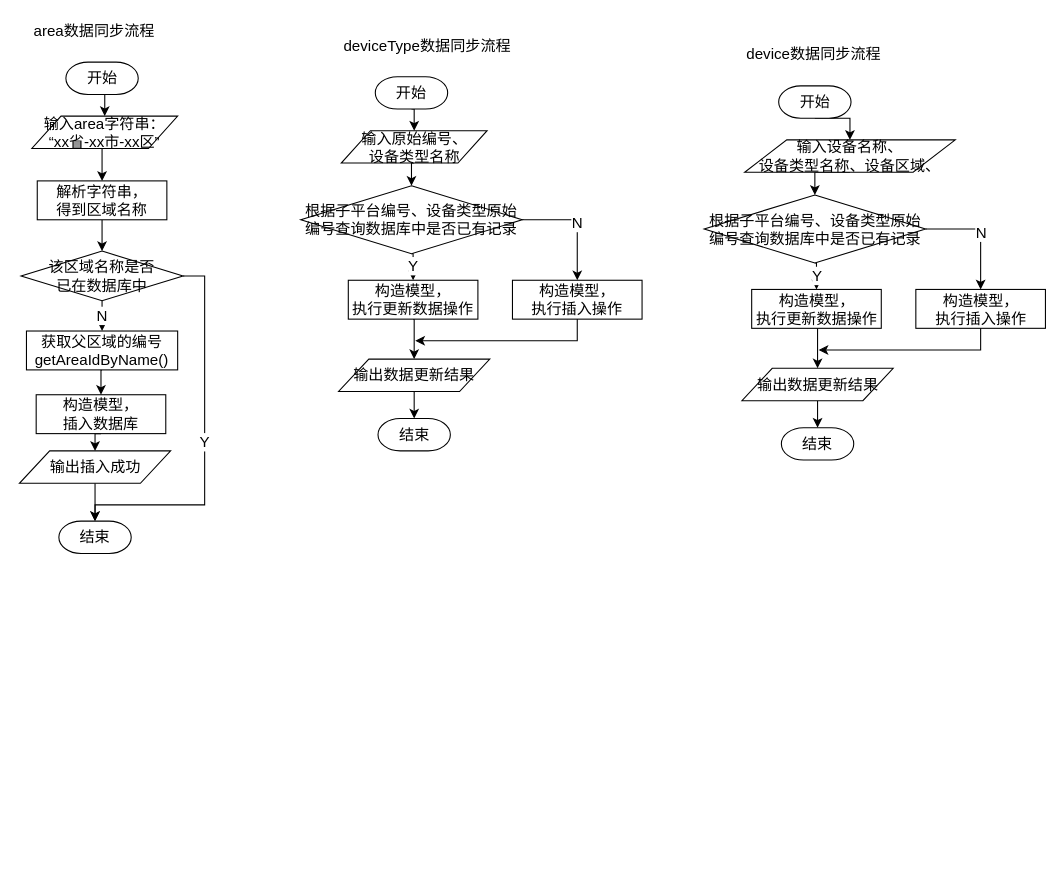
Above: IOTManage/flow-diagram.drawio in waterwatermelon/graph (draw.io), before the change. Source tidied: cells renumbered, new cells numbered last; positions are measured from the earlier drawing's top-left corner, leaving out a move shared by most shapes. Both pictures are drawn from the tidied source at 108%, with x=0, y=0 at pixel (19, 18).
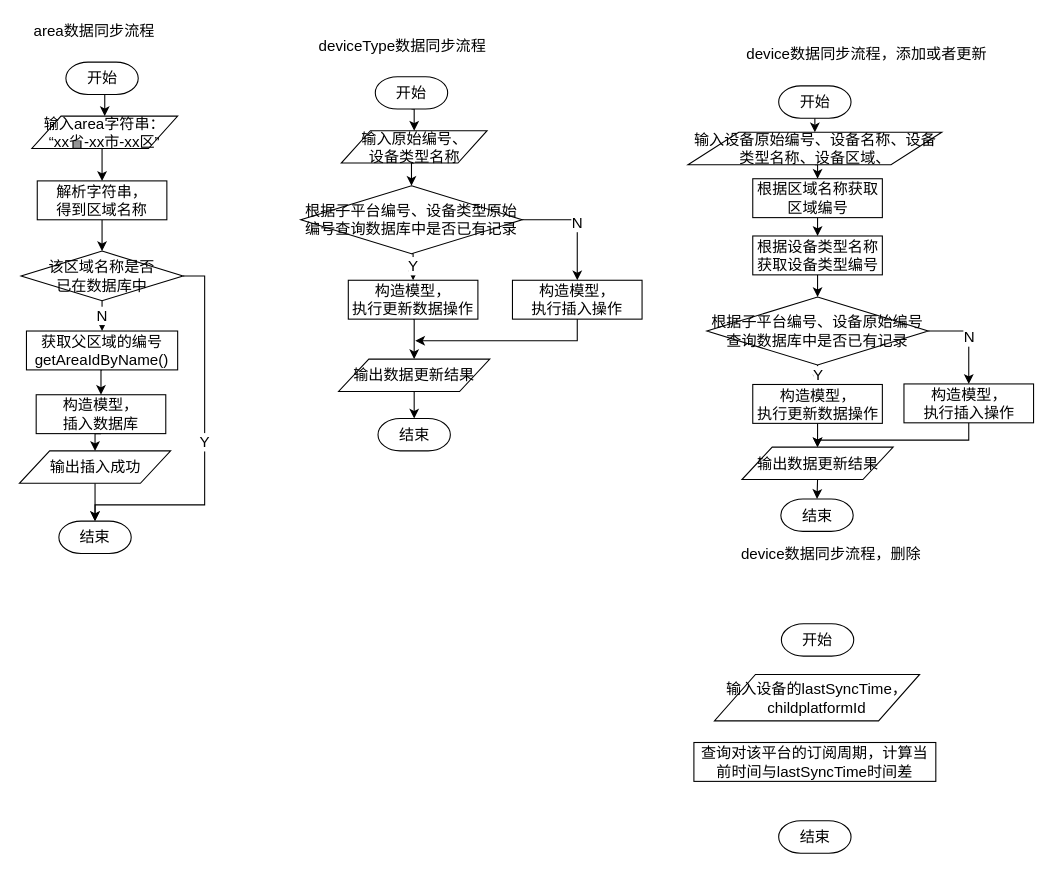
The same page after the edit.

What changed in the source:
```diff
@@
     <mxCell id="27" value="&lt;font style=&quot;font-size: 14px;&quot;&gt;deviceType数据同步流程&lt;/font&gt;" style="text;html=1;align=left;verticalAlign=top;spacingTop=-4;fontSize=14;" parent="1" vertex="1">
-      <mxGeometry x="297.5" y="13.5" width="190" height="20" as="geometry" />
+      <mxGeometry x="275" y="13.5" width="190" height="20" as="geometry" />
     </mxCell>
@@
-    <mxCell id="34" style="edgeStyle=orthogonalEdgeStyle;rounded=0;jettySize=auto;html=1;exitX=0.5;exitY=1;exitDx=0;exitDy=0;entryX=0.5;entryY=0;entryDx=0;entryDy=0;entryPerimeter=0;fontSize=14;" parent="1" edge="1" source="35" target="38">
-      <mxGeometry relative="1" as="geometry" />
-    </mxCell>
+    <mxCell id="49" style="edgeStyle=orthogonalEdgeStyle;rounded=0;jettySize=auto;html=1;exitX=0.5;exitY=1;exitDx=0;exitDy=0;entryX=0.5;entryY=0;entryDx=0;entryDy=0;fontSize=14;" parent="1" edge="1" source="35" target="54">
+      <mxGeometry relative="1" as="geometry" />
+    </mxCell>
-    <mxCell id="35" value="&lt;span style=&quot;font-size: 14px&quot;&gt;输入设备名称、&lt;br style=&quot;font-size: 14px&quot;&gt;设备类型名称、设备区域、&lt;/span&gt;" style="shape=parallelogram;perimeter=parallelogramPerimeter;whiteSpace=wrap;html=1;rounded=1;comic=0;arcSize=0;fontSize=14;" parent="1" vertex="1">
-      <mxGeometry x="671" y="112" width="195" height="30" as="geometry" />
+    <mxCell id="35" value="&lt;span style=&quot;font-size: 14px&quot;&gt;输入设备原始编号、设备名称、设备类型名称、设备区域、&lt;/span&gt;" style="shape=parallelogram;perimeter=parallelogramPerimeter;whiteSpace=wrap;html=1;rounded=1;comic=0;arcSize=0;fontSize=14;" parent="1" vertex="1">
+      <mxGeometry x="618.5" y="105" width="235" height="30" as="geometry" />
     </mxCell>
@@
-    <mxCell id="37" value="N" style="edgeStyle=orthogonalEdgeStyle;rounded=0;jettySize=auto;html=1;exitX=1;exitY=0.5;exitDx=0;exitDy=0;exitPerimeter=0;fontSize=14;" parent="1" edge="1" source="38" target="48">
+    <mxCell id="37" value="N" style="edgeStyle=orthogonalEdgeStyle;rounded=0;jettySize=auto;html=1;exitX=1;exitY=0.5;exitDx=0;exitDy=0;exitPerimeter=0;entryX=0.5;entryY=0;entryDx=0;entryDy=0;fontSize=14;" parent="1" edge="1" source="38" target="48">
       <mxGeometry relative="1" as="geometry" />
     </mxCell>
-    <mxCell id="38" value="根据子平台编号、设备类型原始编号查询数据库中是否已有记录" style="strokeWidth=1;html=1;shape=mxgraph.flowchart.decision;whiteSpace=wrap;rounded=1;comic=0;fontSize=14;spacing=2;" parent="1" vertex="1">
-      <mxGeometry x="633.5" y="163" width="205" height="63" as="geometry" />
+    <mxCell id="38" value="根据子平台编号、设备原始编号查询数据库中是否已有记录" style="strokeWidth=1;html=1;shape=mxgraph.flowchart.decision;whiteSpace=wrap;rounded=1;comic=0;fontSize=14;spacing=2;" parent="1" vertex="1">
+      <mxGeometry x="636" y="257.5" width="205" height="63" as="geometry" />
     </mxCell>
@@
     <mxCell id="41" value="结束" style="strokeWidth=1;html=1;shape=mxgraph.flowchart.terminator;whiteSpace=wrap;rounded=1;comic=0;fontSize=14;" parent="1" vertex="1">
-      <mxGeometry x="705" y="378.5" width="67" height="30" as="geometry" />
+      <mxGeometry x="704.5" y="444.5" width="67" height="30" as="geometry" />
     </mxCell>
-    <mxCell id="42" value="&lt;font style=&quot;font-size: 14px&quot;&gt;device数据同步流程&lt;/font&gt;" style="text;html=1;align=left;verticalAlign=top;spacingTop=-4;fontSize=14;" parent="1" vertex="1">
-      <mxGeometry x="671" y="22" width="140" height="20" as="geometry" />
+    <mxCell id="42" value="&lt;font style=&quot;font-size: 14px&quot;&gt;device数据同步流程，添加或者更新&amp;nbsp;&lt;/font&gt;" style="text;html=1;align=left;verticalAlign=top;spacingTop=-4;fontSize=14;" parent="1" vertex="1">
+      <mxGeometry x="671" y="22" width="240" height="20" as="geometry" />
     </mxCell>
@@
     <mxCell id="44" value="&lt;span style=&quot;font-size: 14px&quot;&gt;构造模型，&lt;br style=&quot;font-size: 14px;&quot;&gt;执行更新数据操作&lt;br style=&quot;font-size: 14px;&quot;&gt;&lt;/span&gt;" style="rounded=0;whiteSpace=wrap;html=1;fontSize=14;" parent="1" vertex="1">
-      <mxGeometry x="677.5" y="250.5" width="120" height="36" as="geometry" />
+      <mxGeometry x="678.5" y="338.5" width="120" height="36" as="geometry" />
     </mxCell>
@@
     <mxCell id="46" value="输出数据更新结果" style="shape=parallelogram;perimeter=parallelogramPerimeter;whiteSpace=wrap;html=1;rounded=1;comic=0;arcSize=0;fontSize=14;" parent="1" vertex="1">
-      <mxGeometry x="668.5" y="323.5" width="140" height="30" as="geometry" />
+      <mxGeometry x="668.5" y="396.5" width="140" height="30" as="geometry" />
     </mxCell>
-    <mxCell id="47" style="edgeStyle=orthogonalEdgeStyle;rounded=0;orthogonalLoop=1;jettySize=auto;html=1;exitX=0.5;exitY=1;exitDx=0;exitDy=0;fontSize=14;" parent="1" edge="1">
-      <mxGeometry relative="1" as="geometry">
-        <mxPoint x="889.5" y="284.5" as="sourcePoint" />
-        <mxPoint x="739.5" y="306.5" as="targetPoint" />
-        <Array as="points">
-          <mxPoint x="889.5" y="306.5" />
-        </Array>
-      </mxGeometry>
-    </mxCell>
+    <mxCell id="50" style="edgeStyle=orthogonalEdgeStyle;rounded=0;jettySize=auto;html=1;exitX=0.5;exitY=1;exitDx=0;exitDy=0;entryX=0.5;entryY=0;entryDx=0;entryDy=0;fontSize=14;" parent="1" edge="1" source="48" target="46">
+      <mxGeometry relative="1" as="geometry">
+        <Array as="points">
+          <mxPoint x="879" y="390" />
+          <mxPoint x="739" y="390" />
+        </Array>
+      </mxGeometry>
+    </mxCell>
     <mxCell id="48" value="&lt;span style=&quot;font-size: 14px&quot;&gt;构造模型，&lt;br style=&quot;font-size: 14px;&quot;&gt;执行插入操作&lt;br style=&quot;font-size: 14px;&quot;&gt;&lt;/span&gt;" style="rounded=0;whiteSpace=wrap;html=1;fontSize=14;" parent="1" vertex="1">
-      <mxGeometry x="829.5" y="250.5" width="120" height="36" as="geometry" />
+      <mxGeometry x="818.5" y="338" width="120" height="36" as="geometry" />
     </mxCell>
+    <mxCell id="51" style="edgeStyle=orthogonalEdgeStyle;rounded=0;jettySize=auto;html=1;exitX=0.5;exitY=1;exitDx=0;exitDy=0;entryX=0.5;entryY=0;entryDx=0;entryDy=0;entryPerimeter=0;fontSize=14;" parent="1" edge="1" source="52" target="38">
+      <mxGeometry relative="1" as="geometry" />
+    </mxCell>
+    <mxCell id="52" value="&lt;span style=&quot;font-size: 14px;&quot;&gt;根据设备类型名称获取设备类型编号&lt;br style=&quot;font-size: 14px;&quot;&gt;&lt;/span&gt;" style="rounded=0;whiteSpace=wrap;html=1;fontSize=14;" parent="1" vertex="1">
+      <mxGeometry x="678.5" y="201" width="120" height="36" as="geometry" />
+    </mxCell>
+    <mxCell id="53" style="edgeStyle=orthogonalEdgeStyle;rounded=0;jettySize=auto;html=1;exitX=0.5;exitY=1;exitDx=0;exitDy=0;entryX=0.5;entryY=0;entryDx=0;entryDy=0;fontSize=14;" parent="1" edge="1" source="54" target="52">
+      <mxGeometry relative="1" as="geometry" />
+    </mxCell>
+    <mxCell id="54" value="&lt;span style=&quot;font-size: 14px;&quot;&gt;根据区域名称获取区域编号&lt;br style=&quot;font-size: 14px;&quot;&gt;&lt;/span&gt;" style="rounded=0;whiteSpace=wrap;html=1;fontSize=14;" parent="1" vertex="1">
+      <mxGeometry x="678.5" y="148" width="120" height="36" as="geometry" />
+    </mxCell>
+    <mxCell id="55" value="&lt;font style=&quot;font-size: 14px&quot;&gt;device数据同步流程，删除&lt;/font&gt;" style="text;html=1;align=left;verticalAlign=top;spacingTop=-4;fontSize=14;" parent="1" vertex="1">
+      <mxGeometry x="666" y="485" width="180" height="20" as="geometry" />
+    </mxCell>
+    <mxCell id="56" value="结束" style="strokeWidth=1;html=1;shape=mxgraph.flowchart.terminator;whiteSpace=wrap;rounded=1;comic=0;fontSize=14;" parent="1" vertex="1">
+      <mxGeometry x="702.5" y="742.5" width="67" height="30" as="geometry" />
+    </mxCell>
+    <mxCell id="57" value="开始" style="strokeWidth=1;html=1;shape=mxgraph.flowchart.terminator;whiteSpace=wrap;rounded=1;comic=0;fontSize=14;" parent="1" vertex="1">
+      <mxGeometry x="705" y="560" width="67" height="30" as="geometry" />
+    </mxCell>
+    <mxCell id="58" value="输入设备的lastSyncTime，childplatformId" style="shape=parallelogram;perimeter=parallelogramPerimeter;whiteSpace=wrap;html=1;rounded=1;comic=0;arcSize=0;fontSize=14;" parent="1" vertex="1">
+      <mxGeometry x="643" y="607" width="190" height="43" as="geometry" />
+    </mxCell>
+    <mxCell id="59" value="&lt;span style=&quot;font-size: 14px&quot;&gt;查询对该平台的订阅周期，计算当前时间与lastSyncTime时间差&lt;br style=&quot;font-size: 14px&quot;&gt;&lt;/span&gt;" style="rounded=0;whiteSpace=wrap;html=1;fontSize=14;" parent="1" vertex="1">
+      <mxGeometry x="624" y="670" width="224" height="36" as="geometry" />
+    </mxCell>
```
